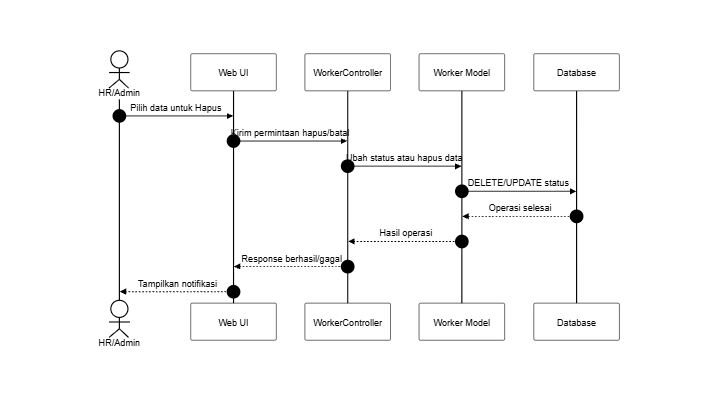
This is docs/SequenceDiagram/PNG_Transparent/KelolaPegawai-Hapus.png from SulaimanHafi23/SimpegRSHDI, a Mermaid export, as it was before one commit. Its source is kept beside it as docs/SequenceDiagram/KelolaPegawai-Hapus.mermaid.
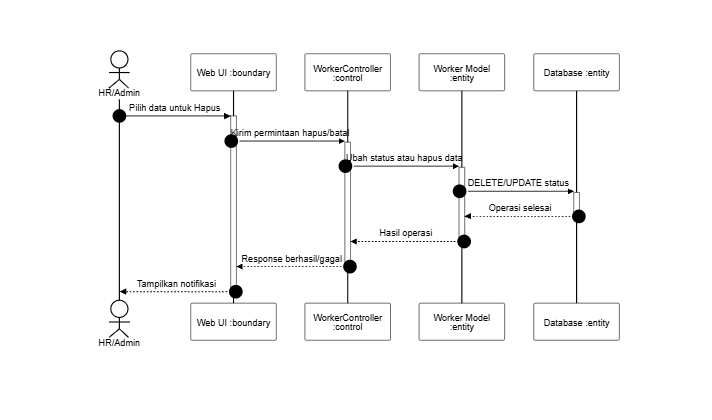
Above is the later version.

Diff of the diagram source:
```diff
@@ -2,16 +2,16 @@
 sequenceDiagram
     autonumber
     actor A as HR/Admin
-    participant UI as Web UI
-    participant C as WorkerController
-    participant M as Worker Model
-    participant DB as Database
+    participant UI as Web UI :boundary
+    participant C as WorkerController :control
+    participant M as Worker Model :entity
+    participant DB as Database :entity
 
-    A->>UI: Pilih data untuk Hapus
-    UI->>C: Kirim permintaan hapus/batal
-    C->>M: Ubah status atau hapus data
-    M->>DB: DELETE/UPDATE status
-    DB-->>M: Operasi selesai
-    M-->>C: Hasil operasi
-    C-->>UI: Response berhasil/gagal
-    UI-->>A: Tampilkan notifikasi
+    A->>+UI: Pilih data untuk Hapus
+    UI->>+C: Kirim permintaan hapus/batal
+    C->>+M: Ubah status atau hapus data
+    M->>+DB: DELETE/UPDATE status
+    DB-->>-M: Operasi selesai
+    M-->>-C: Hasil operasi
+    C-->>-UI: Response berhasil/gagal
+    UI-->>-A: Tampilkan notifikasi
```
